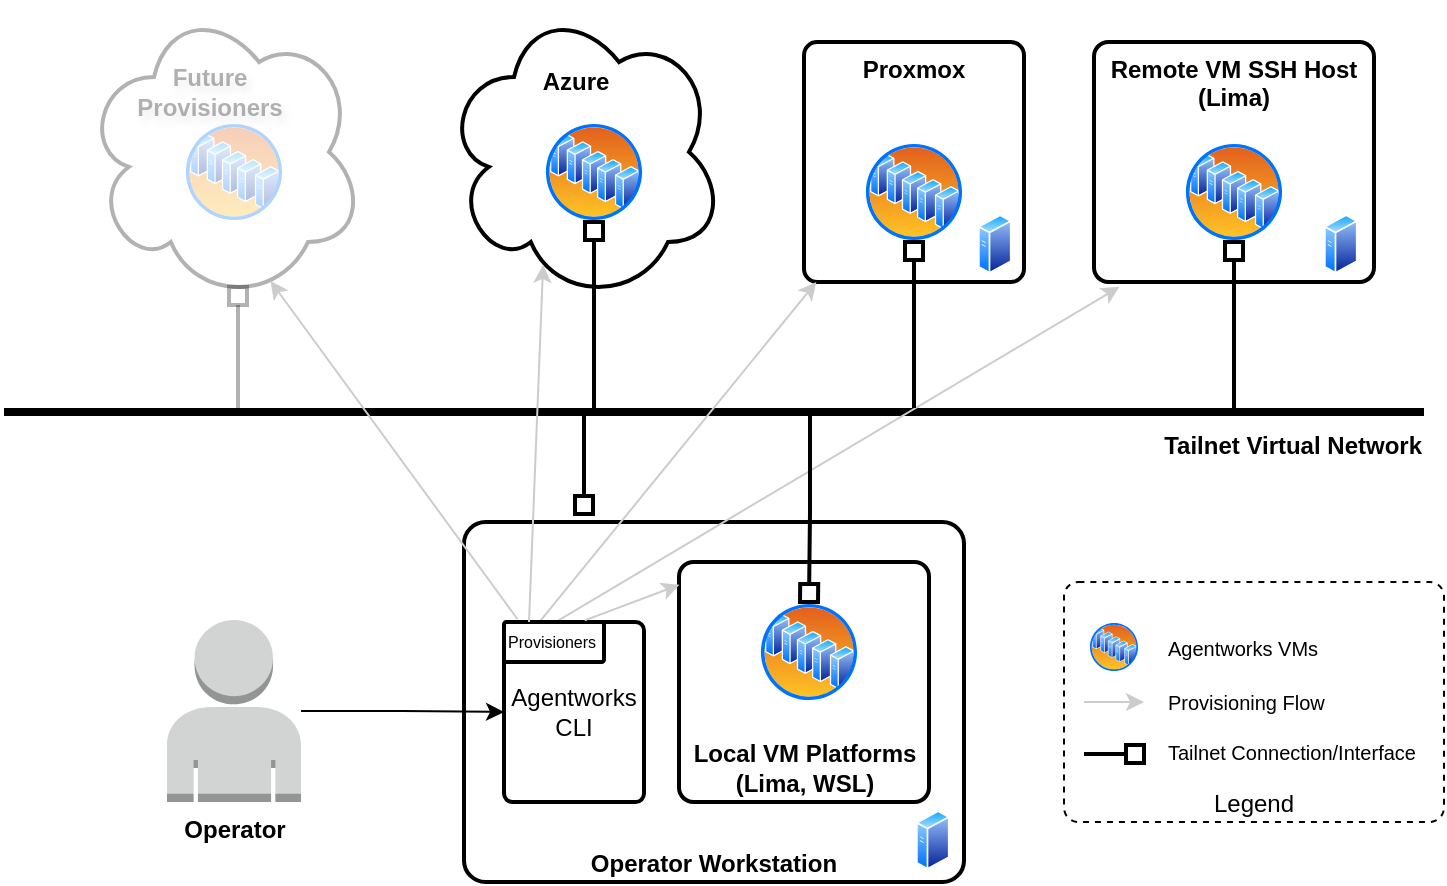
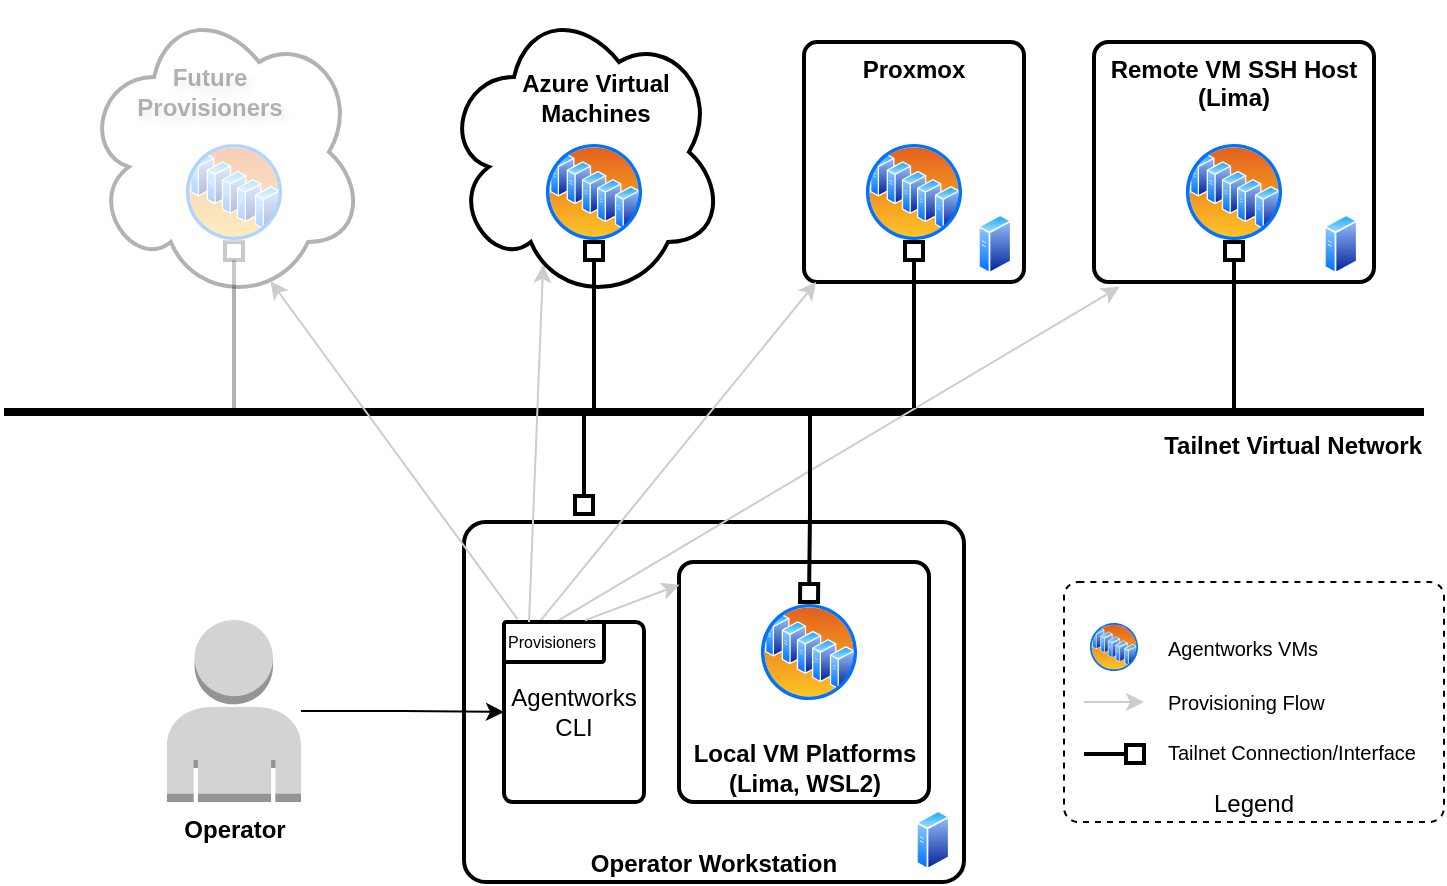
<mxfile host="app.diagrams.net" pages="2">
  <diagram name="Topology" id="yYKGQeuak-bd8xINHGnv">
    <mxGraphModel dx="1082" dy="666" grid="1" gridSize="10" guides="1" tooltips="1" connect="1" arrows="1" fold="1" page="1" pageScale="1" pageWidth="850" pageHeight="1100" math="0" shadow="0">
      <root>
        <mxCell id="0" />
        <mxCell id="1" parent="0" />
        <mxCell id="Y12UuijonxfRp4CG0GV3-40" parent="1" style="rounded=1;whiteSpace=wrap;html=1;align=center;verticalAlign=bottom;arcSize=6;strokeWidth=1;fontStyle=0;strokeColor=#000000;dashed=1;fontColor=#000000;" value="Legend" vertex="1">
          <mxGeometry height="120" width="190" x="580" y="470" as="geometry" />
        </mxCell>
        <mxCell id="Y12UuijonxfRp4CG0GV3-3" parent="1" style="rounded=1;whiteSpace=wrap;html=1;align=center;verticalAlign=bottom;arcSize=6;strokeWidth=2;fontStyle=1" value="Operator Workstation" vertex="1">
          <mxGeometry height="180" width="250" x="280" y="440" as="geometry" />
        </mxCell>
        <mxCell id="Y12UuijonxfRp4CG0GV3-35" edge="1" parent="1" source="Y12UuijonxfRp4CG0GV3-9" style="edgeStyle=orthogonalEdgeStyle;rounded=0;orthogonalLoop=1;jettySize=auto;html=1;exitX=0.5;exitY=1;exitDx=0;exitDy=0;entryX=0.5;entryY=1;entryDx=0;entryDy=0;" target="Y12UuijonxfRp4CG0GV3-10">
          <mxGeometry relative="1" as="geometry" />
        </mxCell>
        <mxCell id="Y12UuijonxfRp4CG0GV3-9" parent="1" style="rounded=1;whiteSpace=wrap;html=1;align=center;verticalAlign=top;arcSize=6;strokeWidth=2;fontStyle=1" value="Remote VM SSH Host&lt;br&gt;(Lima)" vertex="1">
          <mxGeometry height="120" width="140" x="595" y="200" as="geometry" />
        </mxCell>
        <mxCell id="Y12UuijonxfRp4CG0GV3-10" parent="1" style="image;aspect=fixed;perimeter=ellipsePerimeter;html=1;align=center;shadow=0;dashed=0;spacingTop=3;image=img/lib/active_directory/server_farm.svg;" value="" vertex="1">
          <mxGeometry height="50" width="50" x="640" y="250" as="geometry" />
        </mxCell>
        <mxCell id="Y12UuijonxfRp4CG0GV3-11" parent="1" style="rounded=1;whiteSpace=wrap;html=1;align=center;verticalAlign=middle;arcSize=6;strokeWidth=2;fontStyle=0" value="Agentworks CLI" vertex="1">
          <mxGeometry height="90" width="70" x="300" y="490" as="geometry" />
        </mxCell>
        <mxCell id="Y12UuijonxfRp4CG0GV3-12" parent="1" style="rounded=1;whiteSpace=wrap;html=1;align=center;verticalAlign=top;arcSize=6;strokeWidth=2;fontStyle=1" value="Proxmox" vertex="1">
          <mxGeometry height="120" width="110" x="450" y="200" as="geometry" />
        </mxCell>
        <mxCell id="Y12UuijonxfRp4CG0GV3-13" parent="1" style="image;aspect=fixed;perimeter=ellipsePerimeter;html=1;align=center;shadow=0;dashed=0;spacingTop=3;image=img/lib/active_directory/server_farm.svg;" value="" vertex="1">
          <mxGeometry height="50" width="50" x="480" y="250" as="geometry" />
        </mxCell>
        <mxCell id="Y12UuijonxfRp4CG0GV3-14" parent="1" style="ellipse;shape=cloud;whiteSpace=wrap;html=1;strokeWidth=2;" value="" vertex="1">
          <mxGeometry height="150" width="140" x="270" y="180" as="geometry" />
        </mxCell>
+         <mxCell id="My3u6-T43dD4d-YSwqPV-11" edge="1" parent="1" source="Y12UuijonxfRp4CG0GV3-15" style="edgeStyle=orthogonalEdgeStyle;rounded=0;orthogonalLoop=1;jettySize=auto;html=1;entryX=0.5;entryY=1;entryDx=0;entryDy=0;strokeWidth=2;opacity=30;endArrow=box;endFill=0;" target="Y12UuijonxfRp4CG0GV3-49">
+           <mxGeometry relative="1" as="geometry">
+             <Array as="points">
+               <mxPoint x="165" y="350" />
+               <mxPoint x="165" y="350" />
+             </Array>
+           </mxGeometry>
+         </mxCell>
        <mxCell id="Y12UuijonxfRp4CG0GV3-15" parent="1" style="line;strokeWidth=4;html=1;perimeter=backbonePerimeter;points=[];outlineConnect=0;align=right;fontStyle=1" value="Tailnet Virtual Network" vertex="1">
          <mxGeometry height="10" width="710" x="50" y="380" as="geometry" />
        </mxCell>
-         <mxCell id="Y12UuijonxfRp4CG0GV3-16" parent="1" style="text;html=1;whiteSpace=wrap;strokeColor=none;fillColor=none;align=center;verticalAlign=middle;rounded=0;fontStyle=1" value="Azure" vertex="1">
-           <mxGeometry height="30" width="60" x="306" y="205" as="geometry" />
+         <mxCell id="Y12UuijonxfRp4CG0GV3-16" parent="1" style="text;html=1;whiteSpace=wrap;strokeColor=none;fillColor=none;align=center;verticalAlign=middle;rounded=0;fontStyle=1" value="Azure Virtual Machines" vertex="1">
+           <mxGeometry height="30" width="84" x="303.5" y="213" as="geometry" />
        </mxCell>
        <mxCell id="Y12UuijonxfRp4CG0GV3-17" parent="1" style="image;aspect=fixed;perimeter=ellipsePerimeter;html=1;align=center;shadow=0;dashed=0;spacingTop=3;image=img/lib/active_directory/server_farm.svg;" value="" vertex="1">
-           <mxGeometry height="50" width="50" x="320" y="240" as="geometry" />
+           <mxGeometry height="50" width="50" x="320" y="250" as="geometry" />
        </mxCell>
        <mxCell id="Y12UuijonxfRp4CG0GV3-21" edge="1" parent="1" source="Y12UuijonxfRp4CG0GV3-19" style="rounded=0;orthogonalLoop=1;jettySize=auto;html=1;strokeColor=#CCCCCC;exitX=0.359;exitY=-0.014;exitDx=0;exitDy=0;exitPerimeter=0;" target="Y12UuijonxfRp4CG0GV3-12">
          <mxGeometry relative="1" as="geometry" />
        </mxCell>
        <mxCell id="Y12UuijonxfRp4CG0GV3-22" edge="1" parent="1" source="Y12UuijonxfRp4CG0GV3-19" style="rounded=0;orthogonalLoop=1;jettySize=auto;html=1;entryX=0.091;entryY=1.02;entryDx=0;entryDy=0;strokeColor=#CCCCCC;entryPerimeter=0;exitX=0.545;exitY=-0.043;exitDx=0;exitDy=0;exitPerimeter=0;" target="Y12UuijonxfRp4CG0GV3-9">
          <mxGeometry relative="1" as="geometry" />
        </mxCell>
        <mxCell id="Y12UuijonxfRp4CG0GV3-19" parent="1" style="rounded=1;whiteSpace=wrap;html=1;align=left;verticalAlign=middle;arcSize=6;strokeWidth=2;fontStyle=0;fontSize=8;" value="Provisioners" vertex="1">
          <mxGeometry height="20" width="50" x="300" y="490" as="geometry" />
        </mxCell>
        <mxCell id="Y12UuijonxfRp4CG0GV3-20" edge="1" parent="1" source="Y12UuijonxfRp4CG0GV3-19" style="rounded=0;orthogonalLoop=1;jettySize=auto;html=1;entryX=0.354;entryY=0.876;entryDx=0;entryDy=0;entryPerimeter=0;strokeColor=#CCCCCC;exitX=0.25;exitY=0;exitDx=0;exitDy=0;" target="Y12UuijonxfRp4CG0GV3-14">
          <mxGeometry relative="1" as="geometry" />
        </mxCell>
-         <mxCell id="Y12UuijonxfRp4CG0GV3-23" parent="1" style="rounded=1;whiteSpace=wrap;html=1;align=center;verticalAlign=bottom;arcSize=6;strokeWidth=2;fontStyle=1" value="Local VM Platforms&lt;br&gt;(Lima, WSL)" vertex="1">
+         <mxCell id="Y12UuijonxfRp4CG0GV3-23" parent="1" style="rounded=1;whiteSpace=wrap;html=1;align=center;verticalAlign=bottom;arcSize=6;strokeWidth=2;fontStyle=1" value="Local VM Platforms&lt;br&gt;(Lima, WSL2)" vertex="1">
          <mxGeometry height="120" width="125" x="387.5" y="460" as="geometry" />
        </mxCell>
        <mxCell id="Y12UuijonxfRp4CG0GV3-4" parent="1" style="image;aspect=fixed;perimeter=ellipsePerimeter;html=1;align=center;shadow=0;dashed=0;spacingTop=3;image=img/lib/active_directory/server_farm.svg;" value="" vertex="1">
          <mxGeometry height="50" width="50" x="427.5" y="480" as="geometry" />
        </mxCell>
        <mxCell id="Y12UuijonxfRp4CG0GV3-34" edge="1" parent="1" source="Y12UuijonxfRp4CG0GV3-19" style="rounded=0;orthogonalLoop=1;jettySize=auto;html=1;entryX=0.002;entryY=0.095;entryDx=0;entryDy=0;entryPerimeter=0;strokeColor=#CCCCCC;exitX=0.808;exitY=-0.04;exitDx=0;exitDy=0;exitPerimeter=0;" target="Y12UuijonxfRp4CG0GV3-23">
          <mxGeometry relative="1" as="geometry" />
        </mxCell>
        <mxCell id="Y12UuijonxfRp4CG0GV3-27" edge="1" parent="1" source="Y12UuijonxfRp4CG0GV3-15" style="edgeStyle=orthogonalEdgeStyle;rounded=0;orthogonalLoop=1;jettySize=auto;html=1;startArrow=none;startFill=0;endArrow=box;endFill=0;strokeWidth=2;" target="Y12UuijonxfRp4CG0GV3-13">
          <mxGeometry relative="1" as="geometry">
            <Array as="points">
              <mxPoint x="505" y="360" />
              <mxPoint x="505" y="360" />
            </Array>
          </mxGeometry>
        </mxCell>
        <mxCell id="Y12UuijonxfRp4CG0GV3-28" edge="1" parent="1" source="Y12UuijonxfRp4CG0GV3-15" style="edgeStyle=orthogonalEdgeStyle;rounded=0;orthogonalLoop=1;jettySize=auto;html=1;entryX=0.5;entryY=1;entryDx=0;entryDy=0;startArrow=none;startFill=0;endArrow=box;endFill=0;strokeWidth=2;" target="Y12UuijonxfRp4CG0GV3-10">
          <mxGeometry relative="1" as="geometry">
            <Array as="points">
              <mxPoint x="665" y="350" />
              <mxPoint x="665" y="350" />
            </Array>
          </mxGeometry>
        </mxCell>
        <mxCell id="Y12UuijonxfRp4CG0GV3-29" edge="1" parent="1" source="Y12UuijonxfRp4CG0GV3-15" style="edgeStyle=orthogonalEdgeStyle;rounded=0;orthogonalLoop=1;jettySize=auto;html=1;startArrow=none;startFill=0;endArrow=box;endFill=0;strokeWidth=2;entryX=0.5;entryY=1;entryDx=0;entryDy=0;" target="Y12UuijonxfRp4CG0GV3-17">
          <mxGeometry relative="1" as="geometry">
            <Array as="points">
              <mxPoint x="345" y="360" />
              <mxPoint x="345" y="360" />
            </Array>
          </mxGeometry>
        </mxCell>
        <mxCell id="Y12UuijonxfRp4CG0GV3-26" edge="1" parent="1" source="Y12UuijonxfRp4CG0GV3-15" style="edgeStyle=orthogonalEdgeStyle;rounded=0;orthogonalLoop=1;jettySize=auto;html=1;startArrow=none;startFill=0;endArrow=box;endFill=0;strokeWidth=2;" target="Y12UuijonxfRp4CG0GV3-4">
          <mxGeometry relative="1" as="geometry">
            <Array as="points">
              <mxPoint x="453" y="435" />
            </Array>
          </mxGeometry>
        </mxCell>
        <mxCell id="Y12UuijonxfRp4CG0GV3-30" edge="1" parent="1" source="Y12UuijonxfRp4CG0GV3-15" style="edgeStyle=orthogonalEdgeStyle;rounded=0;orthogonalLoop=1;jettySize=auto;html=1;startArrow=none;startFill=0;endArrow=box;endFill=0;strokeWidth=2;">
          <mxGeometry relative="1" as="geometry">
            <Array as="points">
              <mxPoint x="340" y="436" />
            </Array>
            <mxPoint x="340" y="436" as="targetPoint" />
          </mxGeometry>
        </mxCell>
        <mxCell id="Y12UuijonxfRp4CG0GV3-36" parent="1" style="image;aspect=fixed;perimeter=ellipsePerimeter;html=1;align=center;shadow=0;dashed=0;spacingTop=3;image=img/lib/active_directory/server_farm.svg;" value="" vertex="1">
          <mxGeometry height="25" width="25" x="592.5" y="490" as="geometry" />
        </mxCell>
        <mxCell id="Y12UuijonxfRp4CG0GV3-37" edge="1" parent="1" style="rounded=0;orthogonalLoop=1;jettySize=auto;html=1;strokeColor=#CCCCCC;">
          <mxGeometry relative="1" as="geometry">
            <mxPoint x="590" y="530" as="sourcePoint" />
            <mxPoint x="620" y="530" as="targetPoint" />
          </mxGeometry>
        </mxCell>
        <mxCell id="Y12UuijonxfRp4CG0GV3-39" edge="1" parent="1" style="rounded=0;orthogonalLoop=1;jettySize=auto;html=1;strokeColor=#000000;strokeWidth=2;endArrow=box;endFill=0;">
          <mxGeometry relative="1" as="geometry">
            <mxPoint x="590" y="556" as="sourcePoint" />
            <mxPoint x="620" y="556" as="targetPoint" />
          </mxGeometry>
        </mxCell>
        <mxCell id="Y12UuijonxfRp4CG0GV3-41" parent="1" style="text;html=1;whiteSpace=wrap;strokeColor=none;fillColor=none;align=left;verticalAlign=middle;rounded=0;fontStyle=0;fontSize=10;" value="Agentworks VMs" vertex="1">
          <mxGeometry height="30" width="100" x="630" y="487.5" as="geometry" />
        </mxCell>
        <mxCell id="Y12UuijonxfRp4CG0GV3-42" parent="1" style="text;html=1;whiteSpace=wrap;strokeColor=none;fillColor=none;align=left;verticalAlign=middle;rounded=0;fontStyle=0;fontSize=10;" value="Provisioning Flow" vertex="1">
          <mxGeometry height="30" width="100" x="630" y="515" as="geometry" />
        </mxCell>
        <mxCell id="Y12UuijonxfRp4CG0GV3-43" parent="1" style="text;html=1;whiteSpace=wrap;strokeColor=none;fillColor=none;align=left;verticalAlign=middle;rounded=0;fontStyle=0;fontSize=10;" value="Tailnet Connection/Interface" vertex="1">
          <mxGeometry height="30" width="140" x="630" y="540" as="geometry" />
        </mxCell>
        <mxCell id="Y12UuijonxfRp4CG0GV3-44" parent="1" style="image;aspect=fixed;perimeter=ellipsePerimeter;html=1;align=center;shadow=0;dashed=0;spacingTop=3;image=img/lib/active_directory/generic_server.svg;" value="" vertex="1">
          <mxGeometry height="30" width="16.8" x="710" y="286" as="geometry" />
        </mxCell>
        <mxCell id="Y12UuijonxfRp4CG0GV3-45" parent="1" style="image;aspect=fixed;perimeter=ellipsePerimeter;html=1;align=center;shadow=0;dashed=0;spacingTop=3;image=img/lib/active_directory/generic_server.svg;" value="" vertex="1">
          <mxGeometry height="30" width="16.8" x="537" y="286" as="geometry" />
        </mxCell>
        <mxCell id="Y12UuijonxfRp4CG0GV3-46" parent="1" style="image;aspect=fixed;perimeter=ellipsePerimeter;html=1;align=center;shadow=0;dashed=0;spacingTop=3;image=img/lib/active_directory/generic_server.svg;" value="" vertex="1">
          <mxGeometry height="30" width="16.8" x="506" y="584" as="geometry" />
        </mxCell>
        <mxCell id="Y12UuijonxfRp4CG0GV3-47" parent="1" style="ellipse;shape=cloud;whiteSpace=wrap;html=1;strokeWidth=2;opacity=30;" value="" vertex="1">
          <mxGeometry height="150" width="140" x="90" y="180" as="geometry" />
        </mxCell>
        <mxCell id="Y12UuijonxfRp4CG0GV3-48" parent="1" style="text;html=1;whiteSpace=wrap;strokeColor=none;fillColor=none;align=center;verticalAlign=middle;rounded=0;fontStyle=1;opacity=30;textShadow=1;textOpacity=30;" value="Future&lt;div&gt;Provisioners&lt;/div&gt;" vertex="1">
          <mxGeometry height="30" width="60" x="122.5" y="210" as="geometry" />
        </mxCell>
        <mxCell id="Y12UuijonxfRp4CG0GV3-49" parent="1" style="image;aspect=fixed;perimeter=ellipsePerimeter;html=1;align=center;shadow=0;dashed=0;spacingTop=3;image=img/lib/active_directory/server_farm.svg;opacity=30;" value="" vertex="1">
-           <mxGeometry height="50" width="50" x="140" y="240" as="geometry" />
-         </mxCell>
-         <mxCell id="My3u6-T43dD4d-YSwqPV-1" edge="1" parent="1" source="Y12UuijonxfRp4CG0GV3-15" style="edgeStyle=orthogonalEdgeStyle;rounded=0;orthogonalLoop=1;jettySize=auto;html=1;entryX=0.55;entryY=0.95;entryDx=0;entryDy=0;entryPerimeter=0;strokeWidth=2;strokeColor=#000000;endArrow=box;endFill=0;opacity=30;" target="Y12UuijonxfRp4CG0GV3-47">
-           <mxGeometry relative="1" as="geometry">
-             <Array as="points">
-               <mxPoint x="167" y="360" />
-               <mxPoint x="167" y="360" />
-             </Array>
-           </mxGeometry>
+           <mxGeometry height="50" width="50" x="140" y="250" as="geometry" />
        </mxCell>
        <mxCell id="My3u6-T43dD4d-YSwqPV-2" edge="1" parent="1" source="Y12UuijonxfRp4CG0GV3-19" style="rounded=0;orthogonalLoop=1;jettySize=auto;html=1;entryX=0.666;entryY=0.93;entryDx=0;entryDy=0;entryPerimeter=0;strokeColor=#CCCCCC;exitX=0.136;exitY=-0.068;exitDx=0;exitDy=0;exitPerimeter=0;" target="Y12UuijonxfRp4CG0GV3-47">
          <mxGeometry relative="1" as="geometry">
            <mxPoint x="310" y="589" as="sourcePoint" />
            <mxPoint x="317" y="410" as="targetPoint" />
          </mxGeometry>
        </mxCell>
        <mxCell id="My3u6-T43dD4d-YSwqPV-8" edge="1" parent="1" source="My3u6-T43dD4d-YSwqPV-7" style="edgeStyle=orthogonalEdgeStyle;rounded=0;orthogonalLoop=1;jettySize=auto;html=1;" target="Y12UuijonxfRp4CG0GV3-11">
          <mxGeometry relative="1" as="geometry" />
        </mxCell>
        <mxCell id="My3u6-T43dD4d-YSwqPV-7" parent="1" style="outlineConnect=0;dashed=0;verticalLabelPosition=bottom;verticalAlign=top;align=center;html=1;shape=mxgraph.aws3.user;fillColor=#D2D3D3;gradientColor=none;fontStyle=1" value="Operator" vertex="1">
          <mxGeometry height="91" width="67" x="131.5" y="489" as="geometry" />
        </mxCell>
      </root>
    </mxGraphModel>
  </diagram>
  <diagram id="td6jWboo2NkihX2wFUs1" name="VM Details">
    <mxGraphModel dx="1204" dy="1105" grid="1" gridSize="10" guides="1" tooltips="1" connect="1" arrows="1" fold="1" page="1" pageScale="1" pageWidth="850" pageHeight="1100" math="0" shadow="0">
      <root>
        <mxCell id="0" />
        <mxCell id="1" parent="0" />
        <mxCell id="OFZ_Z1Rew8pePKr2aSDz-1" parent="1" style="rounded=1;whiteSpace=wrap;html=1;align=center;verticalAlign=bottom;arcSize=6;strokeWidth=1;fontStyle=0;strokeColor=#000000;dashed=1;fontColor=#000000;" value="Legend" vertex="1">
          <mxGeometry height="120" width="200" x="600" y="490" as="geometry" />
        </mxCell>
        <mxCell id="OFZ_Z1Rew8pePKr2aSDz-2" parent="1" style="rounded=1;whiteSpace=wrap;html=1;align=center;verticalAlign=bottom;arcSize=6;strokeWidth=2;fontStyle=1" value="Operator Workstation" vertex="1">
          <mxGeometry height="180" width="250" x="300" y="460" as="geometry" />
        </mxCell>
        <mxCell id="OFZ_Z1Rew8pePKr2aSDz-3" edge="1" parent="1" source="OFZ_Z1Rew8pePKr2aSDz-4" style="edgeStyle=orthogonalEdgeStyle;rounded=0;orthogonalLoop=1;jettySize=auto;html=1;exitX=0.5;exitY=1;exitDx=0;exitDy=0;entryX=0.5;entryY=1;entryDx=0;entryDy=0;" target="OFZ_Z1Rew8pePKr2aSDz-5">
          <mxGeometry relative="1" as="geometry" />
        </mxCell>
        <mxCell id="OFZ_Z1Rew8pePKr2aSDz-4" parent="1" style="rounded=1;whiteSpace=wrap;html=1;align=center;verticalAlign=top;arcSize=6;strokeWidth=2;fontStyle=1" value="Remote VM Host&lt;br&gt;(Lima)" vertex="1">
          <mxGeometry height="120" width="110" x="630" y="220" as="geometry" />
        </mxCell>
        <mxCell id="OFZ_Z1Rew8pePKr2aSDz-5" parent="1" style="image;aspect=fixed;perimeter=ellipsePerimeter;html=1;align=center;shadow=0;dashed=0;spacingTop=3;image=img/lib/active_directory/server_farm.svg;" value="" vertex="1">
          <mxGeometry height="50" width="50" x="660" y="270" as="geometry" />
        </mxCell>
        <mxCell id="OFZ_Z1Rew8pePKr2aSDz-6" parent="1" style="rounded=1;whiteSpace=wrap;html=1;align=center;verticalAlign=middle;arcSize=6;strokeWidth=2;fontStyle=0" value="Agentworks CLI" vertex="1">
          <mxGeometry height="90" width="70" x="320" y="510" as="geometry" />
        </mxCell>
        <mxCell id="OFZ_Z1Rew8pePKr2aSDz-7" parent="1" style="rounded=1;whiteSpace=wrap;html=1;align=center;verticalAlign=top;arcSize=6;strokeWidth=2;fontStyle=1" value="Proxmox" vertex="1">
          <mxGeometry height="120" width="110" x="470" y="220" as="geometry" />
        </mxCell>
        <mxCell id="OFZ_Z1Rew8pePKr2aSDz-8" parent="1" style="image;aspect=fixed;perimeter=ellipsePerimeter;html=1;align=center;shadow=0;dashed=0;spacingTop=3;image=img/lib/active_directory/server_farm.svg;" value="" vertex="1">
          <mxGeometry height="50" width="50" x="500" y="270" as="geometry" />
        </mxCell>
        <mxCell id="OFZ_Z1Rew8pePKr2aSDz-9" parent="1" style="ellipse;shape=cloud;whiteSpace=wrap;html=1;strokeWidth=2;" value="" vertex="1">
          <mxGeometry height="150" width="140" x="290" y="200" as="geometry" />
        </mxCell>
        <mxCell id="OFZ_Z1Rew8pePKr2aSDz-10" parent="1" style="line;strokeWidth=4;html=1;perimeter=backbonePerimeter;points=[];outlineConnect=0;align=right;fontStyle=1" value="Tailnet Virtual Network" vertex="1">
          <mxGeometry height="10" width="710" x="70" y="400" as="geometry" />
        </mxCell>
        <mxCell id="OFZ_Z1Rew8pePKr2aSDz-11" parent="1" style="text;html=1;whiteSpace=wrap;strokeColor=none;fillColor=none;align=center;verticalAlign=middle;rounded=0;fontStyle=1" value="Azure" vertex="1">
          <mxGeometry height="30" width="60" x="326" y="225" as="geometry" />
        </mxCell>
        <mxCell id="OFZ_Z1Rew8pePKr2aSDz-12" parent="1" style="image;aspect=fixed;perimeter=ellipsePerimeter;html=1;align=center;shadow=0;dashed=0;spacingTop=3;image=img/lib/active_directory/server_farm.svg;" value="" vertex="1">
          <mxGeometry height="50" width="50" x="340" y="260" as="geometry" />
        </mxCell>
        <mxCell id="OFZ_Z1Rew8pePKr2aSDz-13" edge="1" parent="1" source="OFZ_Z1Rew8pePKr2aSDz-15" style="rounded=0;orthogonalLoop=1;jettySize=auto;html=1;strokeColor=#CCCCCC;exitX=0.359;exitY=-0.014;exitDx=0;exitDy=0;exitPerimeter=0;" target="OFZ_Z1Rew8pePKr2aSDz-7">
          <mxGeometry relative="1" as="geometry" />
        </mxCell>
        <mxCell id="OFZ_Z1Rew8pePKr2aSDz-14" edge="1" parent="1" source="OFZ_Z1Rew8pePKr2aSDz-15" style="rounded=0;orthogonalLoop=1;jettySize=auto;html=1;entryX=0.091;entryY=1.02;entryDx=0;entryDy=0;strokeColor=#CCCCCC;entryPerimeter=0;exitX=0.545;exitY=-0.043;exitDx=0;exitDy=0;exitPerimeter=0;" target="OFZ_Z1Rew8pePKr2aSDz-4">
          <mxGeometry relative="1" as="geometry" />
        </mxCell>
        <mxCell id="OFZ_Z1Rew8pePKr2aSDz-15" parent="1" style="rounded=1;whiteSpace=wrap;html=1;align=left;verticalAlign=middle;arcSize=6;strokeWidth=2;fontStyle=0;fontSize=8;" value="Provisioners" vertex="1">
          <mxGeometry height="20" width="50" x="320" y="510" as="geometry" />
        </mxCell>
        <mxCell id="OFZ_Z1Rew8pePKr2aSDz-16" edge="1" parent="1" source="OFZ_Z1Rew8pePKr2aSDz-15" style="rounded=0;orthogonalLoop=1;jettySize=auto;html=1;entryX=0.354;entryY=0.876;entryDx=0;entryDy=0;entryPerimeter=0;strokeColor=#CCCCCC;exitX=0.25;exitY=0;exitDx=0;exitDy=0;" target="OFZ_Z1Rew8pePKr2aSDz-9">
          <mxGeometry relative="1" as="geometry" />
        </mxCell>
        <mxCell id="OFZ_Z1Rew8pePKr2aSDz-17" parent="1" style="rounded=1;whiteSpace=wrap;html=1;align=center;verticalAlign=bottom;arcSize=6;strokeWidth=2;fontStyle=1" value="Local VM Platforms&lt;br&gt;(Lima, WSL)" vertex="1">
          <mxGeometry height="120" width="125" x="407.5" y="480" as="geometry" />
        </mxCell>
        <mxCell id="OFZ_Z1Rew8pePKr2aSDz-18" parent="1" style="image;aspect=fixed;perimeter=ellipsePerimeter;html=1;align=center;shadow=0;dashed=0;spacingTop=3;image=img/lib/active_directory/server_farm.svg;" value="" vertex="1">
          <mxGeometry height="50" width="50" x="447.5" y="500" as="geometry" />
        </mxCell>
        <mxCell id="OFZ_Z1Rew8pePKr2aSDz-19" edge="1" parent="1" source="OFZ_Z1Rew8pePKr2aSDz-15" style="edgeStyle=orthogonalEdgeStyle;rounded=0;orthogonalLoop=1;jettySize=auto;html=1;entryX=-0.007;entryY=0.196;entryDx=0;entryDy=0;entryPerimeter=0;strokeColor=#CCCCCC;" target="OFZ_Z1Rew8pePKr2aSDz-17">
          <mxGeometry relative="1" as="geometry">
            <Array as="points">
              <mxPoint x="360" y="504" />
              <mxPoint x="390" y="504" />
            </Array>
          </mxGeometry>
        </mxCell>
        <mxCell id="OFZ_Z1Rew8pePKr2aSDz-20" edge="1" parent="1" source="OFZ_Z1Rew8pePKr2aSDz-10" style="edgeStyle=orthogonalEdgeStyle;rounded=0;orthogonalLoop=1;jettySize=auto;html=1;startArrow=none;startFill=0;endArrow=box;endFill=0;strokeWidth=2;" target="OFZ_Z1Rew8pePKr2aSDz-8">
          <mxGeometry relative="1" as="geometry">
            <Array as="points">
              <mxPoint x="525" y="380" />
              <mxPoint x="525" y="380" />
            </Array>
          </mxGeometry>
        </mxCell>
        <mxCell id="OFZ_Z1Rew8pePKr2aSDz-21" edge="1" parent="1" source="OFZ_Z1Rew8pePKr2aSDz-10" style="edgeStyle=orthogonalEdgeStyle;rounded=0;orthogonalLoop=1;jettySize=auto;html=1;entryX=0.5;entryY=1;entryDx=0;entryDy=0;startArrow=none;startFill=0;endArrow=box;endFill=0;strokeWidth=2;" target="OFZ_Z1Rew8pePKr2aSDz-5">
          <mxGeometry relative="1" as="geometry">
            <Array as="points">
              <mxPoint x="685" y="370" />
              <mxPoint x="685" y="370" />
            </Array>
          </mxGeometry>
        </mxCell>
        <mxCell id="OFZ_Z1Rew8pePKr2aSDz-22" edge="1" parent="1" source="OFZ_Z1Rew8pePKr2aSDz-10" style="edgeStyle=orthogonalEdgeStyle;rounded=0;orthogonalLoop=1;jettySize=auto;html=1;startArrow=none;startFill=0;endArrow=box;endFill=0;strokeWidth=2;entryX=0.5;entryY=1;entryDx=0;entryDy=0;" target="OFZ_Z1Rew8pePKr2aSDz-12">
          <mxGeometry relative="1" as="geometry">
            <Array as="points">
              <mxPoint x="365" y="380" />
              <mxPoint x="365" y="380" />
            </Array>
          </mxGeometry>
        </mxCell>
        <mxCell id="OFZ_Z1Rew8pePKr2aSDz-23" edge="1" parent="1" source="OFZ_Z1Rew8pePKr2aSDz-10" style="edgeStyle=orthogonalEdgeStyle;rounded=0;orthogonalLoop=1;jettySize=auto;html=1;startArrow=none;startFill=0;endArrow=box;endFill=0;strokeWidth=2;" target="OFZ_Z1Rew8pePKr2aSDz-18">
          <mxGeometry relative="1" as="geometry">
            <Array as="points">
              <mxPoint x="473" y="455" />
            </Array>
          </mxGeometry>
        </mxCell>
        <mxCell id="OFZ_Z1Rew8pePKr2aSDz-24" edge="1" parent="1" source="OFZ_Z1Rew8pePKr2aSDz-10" style="edgeStyle=orthogonalEdgeStyle;rounded=0;orthogonalLoop=1;jettySize=auto;html=1;startArrow=none;startFill=0;endArrow=box;endFill=0;strokeWidth=2;">
          <mxGeometry relative="1" as="geometry">
            <Array as="points">
              <mxPoint x="360" y="456" />
            </Array>
            <mxPoint x="360" y="456" as="targetPoint" />
          </mxGeometry>
        </mxCell>
        <mxCell id="OFZ_Z1Rew8pePKr2aSDz-25" parent="1" style="image;aspect=fixed;perimeter=ellipsePerimeter;html=1;align=center;shadow=0;dashed=0;spacingTop=3;image=img/lib/active_directory/server_farm.svg;" value="" vertex="1">
          <mxGeometry height="25" width="25" x="612.5" y="510" as="geometry" />
        </mxCell>
        <mxCell id="OFZ_Z1Rew8pePKr2aSDz-26" edge="1" parent="1" style="rounded=0;orthogonalLoop=1;jettySize=auto;html=1;strokeColor=#CCCCCC;">
          <mxGeometry relative="1" as="geometry">
            <mxPoint x="610" y="550" as="sourcePoint" />
            <mxPoint x="640" y="550" as="targetPoint" />
          </mxGeometry>
        </mxCell>
        <mxCell id="OFZ_Z1Rew8pePKr2aSDz-27" edge="1" parent="1" style="rounded=0;orthogonalLoop=1;jettySize=auto;html=1;strokeColor=#000000;strokeWidth=2;endArrow=box;endFill=0;">
          <mxGeometry relative="1" as="geometry">
            <mxPoint x="610" y="576" as="sourcePoint" />
            <mxPoint x="640" y="576" as="targetPoint" />
          </mxGeometry>
        </mxCell>
        <mxCell id="OFZ_Z1Rew8pePKr2aSDz-28" parent="1" style="text;html=1;whiteSpace=wrap;strokeColor=none;fillColor=none;align=left;verticalAlign=middle;rounded=0;fontStyle=0;fontSize=10;" value="Agentworks VMs" vertex="1">
          <mxGeometry height="30" width="100" x="650" y="507.5" as="geometry" />
        </mxCell>
        <mxCell id="OFZ_Z1Rew8pePKr2aSDz-29" parent="1" style="text;html=1;whiteSpace=wrap;strokeColor=none;fillColor=none;align=left;verticalAlign=middle;rounded=0;fontStyle=0;fontSize=10;" value="Provisioning Flow" vertex="1">
          <mxGeometry height="30" width="100" x="650" y="535" as="geometry" />
        </mxCell>
        <mxCell id="OFZ_Z1Rew8pePKr2aSDz-30" parent="1" style="text;html=1;whiteSpace=wrap;strokeColor=none;fillColor=none;align=left;verticalAlign=middle;rounded=0;fontStyle=0;fontSize=10;" value="Tailnet Connection/Interface" vertex="1">
          <mxGeometry height="30" width="140" x="650" y="560" as="geometry" />
        </mxCell>
        <mxCell id="OFZ_Z1Rew8pePKr2aSDz-31" parent="1" style="image;aspect=fixed;perimeter=ellipsePerimeter;html=1;align=center;shadow=0;dashed=0;spacingTop=3;image=img/lib/active_directory/generic_server.svg;" value="" vertex="1">
          <mxGeometry height="30" width="16.8" x="716.6" y="306" as="geometry" />
        </mxCell>
        <mxCell id="OFZ_Z1Rew8pePKr2aSDz-32" parent="1" style="image;aspect=fixed;perimeter=ellipsePerimeter;html=1;align=center;shadow=0;dashed=0;spacingTop=3;image=img/lib/active_directory/generic_server.svg;" value="" vertex="1">
          <mxGeometry height="30" width="16.8" x="557" y="306" as="geometry" />
        </mxCell>
        <mxCell id="OFZ_Z1Rew8pePKr2aSDz-33" parent="1" style="image;aspect=fixed;perimeter=ellipsePerimeter;html=1;align=center;shadow=0;dashed=0;spacingTop=3;image=img/lib/active_directory/generic_server.svg;" value="" vertex="1">
          <mxGeometry height="30" width="16.8" x="526" y="604" as="geometry" />
        </mxCell>
        <mxCell id="OFZ_Z1Rew8pePKr2aSDz-34" parent="1" style="ellipse;shape=cloud;whiteSpace=wrap;html=1;strokeWidth=2;opacity=30;" value="" vertex="1">
          <mxGeometry height="150" width="140" x="110" y="200" as="geometry" />
        </mxCell>
        <mxCell id="OFZ_Z1Rew8pePKr2aSDz-35" parent="1" style="text;html=1;whiteSpace=wrap;strokeColor=none;fillColor=none;align=center;verticalAlign=middle;rounded=0;fontStyle=1;opacity=30;textShadow=1;textOpacity=30;" value="Future&lt;div&gt;Provisioners&lt;/div&gt;" vertex="1">
          <mxGeometry height="30" width="60" x="142.5" y="230" as="geometry" />
        </mxCell>
        <mxCell id="OFZ_Z1Rew8pePKr2aSDz-36" parent="1" style="image;aspect=fixed;perimeter=ellipsePerimeter;html=1;align=center;shadow=0;dashed=0;spacingTop=3;image=img/lib/active_directory/server_farm.svg;opacity=30;" value="" vertex="1">
          <mxGeometry height="50" width="50" x="160" y="260" as="geometry" />
        </mxCell>
      </root>
    </mxGraphModel>
  </diagram>
</mxfile>
